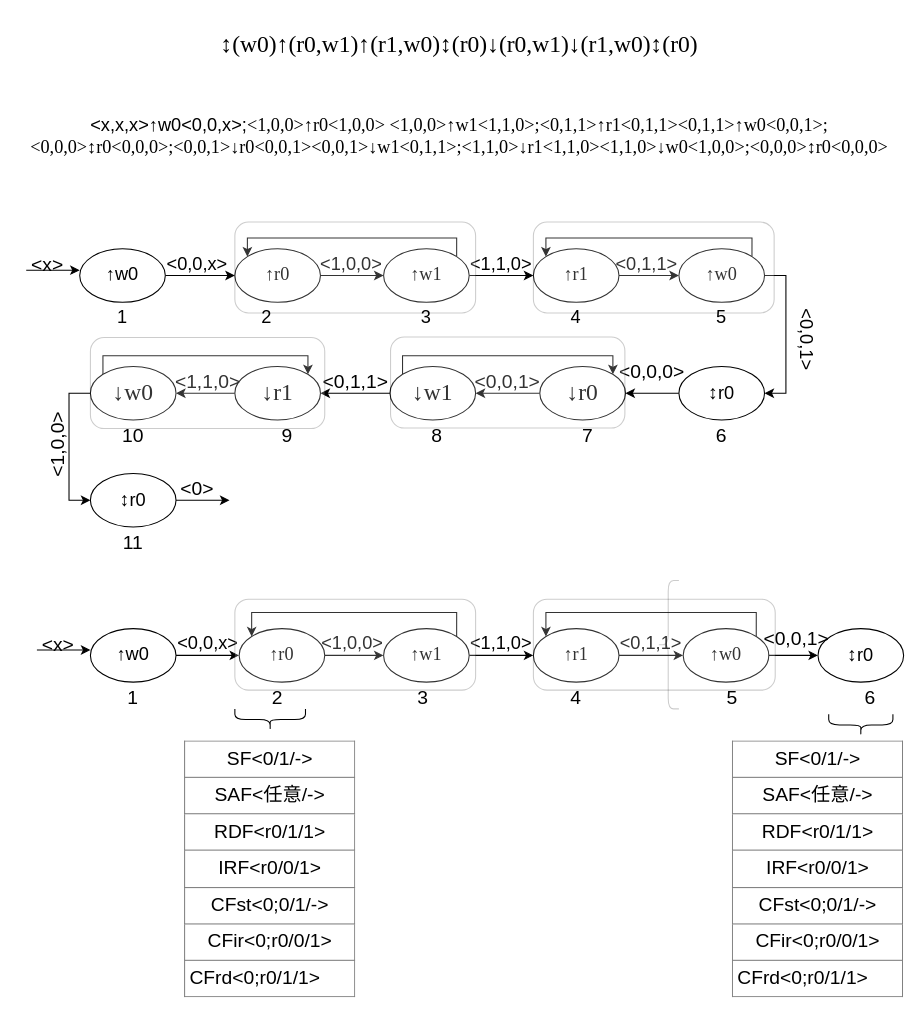
The draw.io diagram doc/March C.drawio in shanshan-lu/homwork, before the edit. Source tidied: cells renumbered, new cells numbered last; positions are measured from the earlier drawing's top-left corner, leaving out a move shared by most shapes. Both pictures are drawn from the tidied source at 107%, with x=0, y=0 at pixel (26, 34).
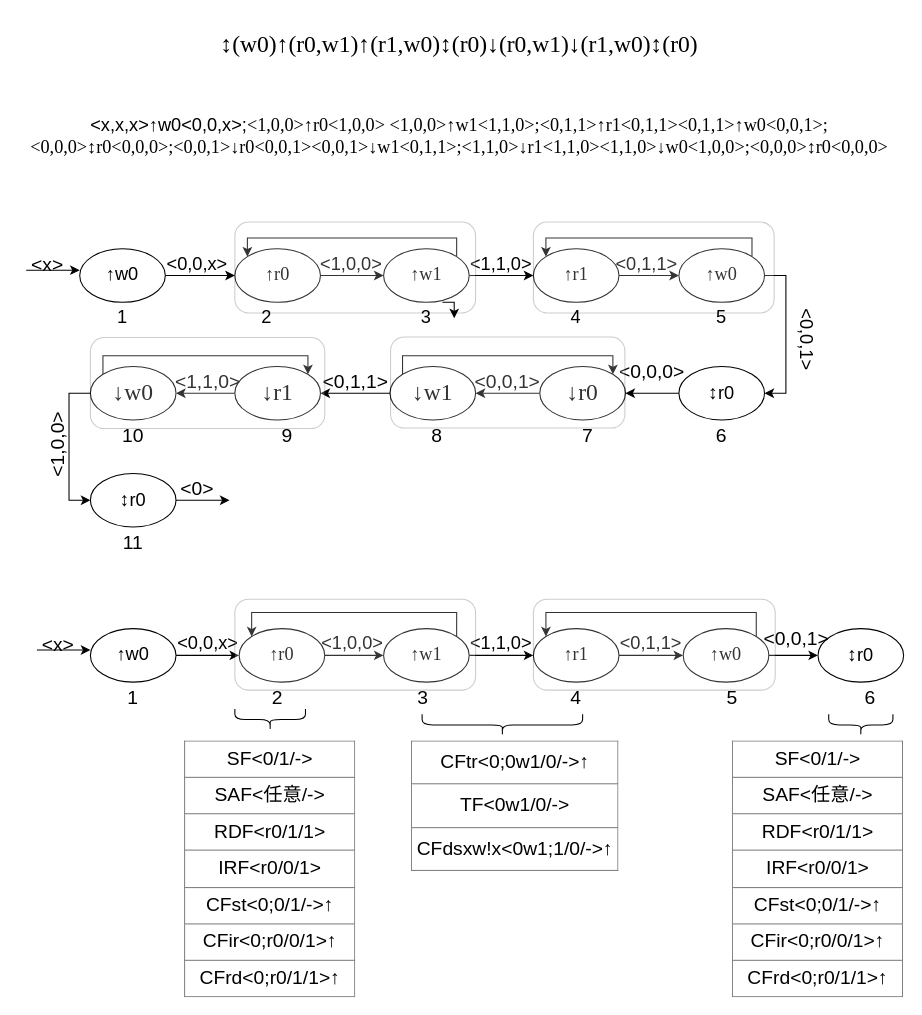
The same diagram, later.

The change refers to these unchanged cells:
```xml
<mxCell id="19" value="3" style="text;html=1;strokeColor=none;fillColor=none;align=center;verticalAlign=middle;whiteSpace=wrap;rounded=0;glass=0;fontSize=17;opacity=20;" parent="1" vertex="1">
  <mxGeometry x="344" y="250" width="60" height="30" as="geometry" />
</mxCell>
```

What changed in the source:
```diff
@@
-    <mxCell id="86" style="shape=curlyBracket;whiteSpace=wrap;html=1;rounded=1;glass=0;fontSize=18;strokeColor=#000000;opacity=20;" parent="1" vertex="1">
-      <mxGeometry x="590" y="510" width="20" height="120" as="geometry" />
-    </mxCell>
@@
-    <mxCell id="88" value="&lt;table border=&quot;1&quot; width=&quot;100%&quot; height=&quot;100%&quot; cellpadding=&quot;4&quot; style=&quot;width:100%;height:100%;border-collapse:collapse;&quot;&gt;&lt;tbody&gt;&lt;tr&gt;&lt;th style=&quot;text-align: center;&quot;&gt;&lt;span style=&quot;font-weight: normal;&quot;&gt;SF&amp;lt;0/1/-&amp;gt;&lt;/span&gt;&lt;/th&gt;&lt;/tr&gt;&lt;tr&gt;&lt;td style=&quot;text-align: center;&quot;&gt;SAF&amp;lt;任意/-&amp;gt;&lt;/td&gt;&lt;/tr&gt;&lt;tr&gt;&lt;td style=&quot;text-align: center;&quot;&gt;RDF&amp;lt;r0/1/1&amp;gt;&lt;/td&gt;&lt;/tr&gt;&lt;tr&gt;&lt;td style=&quot;text-align: center;&quot;&gt;IRF&amp;lt;r0/0/1&amp;gt;&lt;/td&gt;&lt;/tr&gt;&lt;tr&gt;&lt;td style=&quot;text-align: center;&quot;&gt;CFst&amp;lt;0;0/1/-&amp;gt;&lt;br&gt;&lt;/td&gt;&lt;/tr&gt;&lt;tr&gt;&lt;td style=&quot;text-align: center;&quot;&gt;CFir&amp;lt;0;r0/0/1&amp;gt;&lt;/td&gt;&lt;/tr&gt;&lt;tr&gt;&lt;td&gt;CFrd&amp;lt;0;r0/1/1&amp;gt;&lt;/td&gt;&lt;/tr&gt;&lt;/tbody&gt;&lt;/table&gt;" style="text;html=1;strokeColor=none;fillColor=none;overflow=fill;glass=0;fontSize=18;" parent="1" vertex="1">
+    <mxCell id="88" value="&lt;table border=&quot;1&quot; width=&quot;100%&quot; height=&quot;100%&quot; cellpadding=&quot;4&quot; style=&quot;width:100%;height:100%;border-collapse:collapse;&quot;&gt;&lt;tbody&gt;&lt;tr&gt;&lt;th style=&quot;text-align: center;&quot;&gt;&lt;span style=&quot;font-weight: normal;&quot;&gt;SF&amp;lt;0/1/-&amp;gt;&lt;/span&gt;&lt;/th&gt;&lt;/tr&gt;&lt;tr&gt;&lt;td style=&quot;text-align: center;&quot;&gt;SAF&amp;lt;任意/-&amp;gt;&lt;/td&gt;&lt;/tr&gt;&lt;tr&gt;&lt;td style=&quot;text-align: center;&quot;&gt;RDF&amp;lt;r0/1/1&amp;gt;&lt;/td&gt;&lt;/tr&gt;&lt;tr&gt;&lt;td style=&quot;text-align: center;&quot;&gt;IRF&amp;lt;r0/0/1&amp;gt;&lt;/td&gt;&lt;/tr&gt;&lt;tr&gt;&lt;td style=&quot;text-align: center;&quot;&gt;CFst&amp;lt;0;0/1/-&amp;gt;↑&lt;br&gt;&lt;/td&gt;&lt;/tr&gt;&lt;tr&gt;&lt;td style=&quot;text-align: center;&quot;&gt;CFir&amp;lt;0;r0/0/1&amp;gt;↑&lt;/td&gt;&lt;/tr&gt;&lt;tr&gt;&lt;td style=&quot;text-align: center;&quot;&gt;CFrd&amp;lt;0;r0/1/1&amp;gt;↑&lt;/td&gt;&lt;/tr&gt;&lt;/tbody&gt;&lt;/table&gt;" style="text;html=1;strokeColor=none;fillColor=none;overflow=fill;glass=0;fontSize=18;" parent="1" vertex="1">
       <mxGeometry x="148" y="660" width="160" height="240" as="geometry" />
     </mxCell>
@@
-    <mxCell id="90" value="&lt;table border=&quot;1&quot; width=&quot;100%&quot; height=&quot;100%&quot; cellpadding=&quot;4&quot; style=&quot;width:100%;height:100%;border-collapse:collapse;&quot;&gt;&lt;tbody&gt;&lt;tr&gt;&lt;th style=&quot;text-align: center;&quot;&gt;&lt;span style=&quot;font-weight: normal;&quot;&gt;SF&amp;lt;0/1/-&amp;gt;&lt;/span&gt;&lt;/th&gt;&lt;/tr&gt;&lt;tr&gt;&lt;td style=&quot;text-align: center;&quot;&gt;SAF&amp;lt;任意/-&amp;gt;&lt;/td&gt;&lt;/tr&gt;&lt;tr&gt;&lt;td style=&quot;text-align: center;&quot;&gt;RDF&amp;lt;r0/1/1&amp;gt;&lt;/td&gt;&lt;/tr&gt;&lt;tr&gt;&lt;td style=&quot;text-align: center;&quot;&gt;IRF&amp;lt;r0/0/1&amp;gt;&lt;/td&gt;&lt;/tr&gt;&lt;tr&gt;&lt;td style=&quot;text-align: center;&quot;&gt;CFst&amp;lt;0;0/1/-&amp;gt;&lt;br&gt;&lt;/td&gt;&lt;/tr&gt;&lt;tr&gt;&lt;td style=&quot;text-align: center;&quot;&gt;CFir&amp;lt;0;r0/0/1&amp;gt;&lt;/td&gt;&lt;/tr&gt;&lt;tr&gt;&lt;td&gt;CFrd&amp;lt;0;r0/1/1&amp;gt;&lt;/td&gt;&lt;/tr&gt;&lt;/tbody&gt;&lt;/table&gt;" style="text;html=1;strokeColor=none;fillColor=none;overflow=fill;glass=0;fontSize=18;" parent="1" vertex="1">
+    <mxCell id="90" value="&lt;table border=&quot;1&quot; width=&quot;100%&quot; height=&quot;100%&quot; cellpadding=&quot;4&quot; style=&quot;width:100%;height:100%;border-collapse:collapse;&quot;&gt;&lt;tbody&gt;&lt;tr&gt;&lt;th style=&quot;text-align: center;&quot;&gt;&lt;span style=&quot;font-weight: normal;&quot;&gt;SF&amp;lt;0/1/-&amp;gt;&lt;/span&gt;&lt;/th&gt;&lt;/tr&gt;&lt;tr&gt;&lt;td style=&quot;text-align: center;&quot;&gt;SAF&amp;lt;任意/-&amp;gt;&lt;/td&gt;&lt;/tr&gt;&lt;tr&gt;&lt;td style=&quot;text-align: center;&quot;&gt;RDF&amp;lt;r0/1/1&amp;gt;&lt;/td&gt;&lt;/tr&gt;&lt;tr&gt;&lt;td style=&quot;text-align: center;&quot;&gt;IRF&amp;lt;r0/0/1&amp;gt;&lt;/td&gt;&lt;/tr&gt;&lt;tr&gt;&lt;td style=&quot;text-align: center;&quot;&gt;CFst&amp;lt;0;0/1/-&amp;gt;↑&lt;br&gt;&lt;/td&gt;&lt;/tr&gt;&lt;tr&gt;&lt;td style=&quot;text-align: center;&quot;&gt;CFir&amp;lt;0;r0/0/1&amp;gt;↑&lt;/td&gt;&lt;/tr&gt;&lt;tr&gt;&lt;td style=&quot;text-align: center;&quot;&gt;CFrd&amp;lt;0;r0/1/1&amp;gt;↑&lt;/td&gt;&lt;/tr&gt;&lt;/tbody&gt;&lt;/table&gt;" style="text;html=1;strokeColor=none;fillColor=none;overflow=fill;glass=0;fontSize=18;" parent="1" vertex="1">
       <mxGeometry x="660" y="660" width="160" height="240" as="geometry" />
     </mxCell>
+    <mxCell id="91" style="edgeStyle=orthogonalEdgeStyle;rounded=0;jettySize=auto;html=1;exitX=0.75;exitY=0;exitDx=0;exitDy=0;fontSize=18;" parent="1" edge="1" source="19">
+      <mxGeometry relative="1" as="geometry">
+        <mxPoint x="400" y="265" as="targetPoint" />
+      </mxGeometry>
+    </mxCell>
+    <mxCell id="92" style="shape=curlyBracket;whiteSpace=wrap;html=1;rounded=1;flipH=1;glass=0;fontSize=18;strokeColor=#000000;direction=north;size=0.5;" parent="1" vertex="1">
+      <mxGeometry x="370" y="635" width="150" height="20" as="geometry" />
+    </mxCell>
+    <mxCell id="93" value="&lt;table border=&quot;1&quot; width=&quot;100%&quot; height=&quot;100%&quot; cellpadding=&quot;4&quot; style=&quot;width:100%;height:100%;border-collapse:collapse;&quot;&gt;&lt;tbody&gt;&lt;tr&gt;&lt;th style=&quot;text-align: center;&quot;&gt;&lt;span style=&quot;font-weight: 400;&quot;&gt;CFtr&amp;lt;0;0w1/0/-&amp;gt;&lt;/span&gt;↑&lt;/th&gt;&lt;/tr&gt;&lt;tr&gt;&lt;td style=&quot;text-align: center;&quot;&gt;TF&amp;lt;0w1/0/-&amp;gt;&lt;/td&gt;&lt;/tr&gt;&lt;tr&gt;&lt;td style=&quot;text-align: center;&quot;&gt;CFdsxw!x&amp;lt;0w1;1/0/-&amp;gt;↑&lt;/td&gt;&lt;/tr&gt;&lt;/tbody&gt;&lt;/table&gt;" style="text;html=1;strokeColor=none;fillColor=none;overflow=fill;glass=0;fontSize=18;" parent="1" vertex="1">
+      <mxGeometry x="360" y="660" width="194" height="122" as="geometry" />
+    </mxCell>
```
